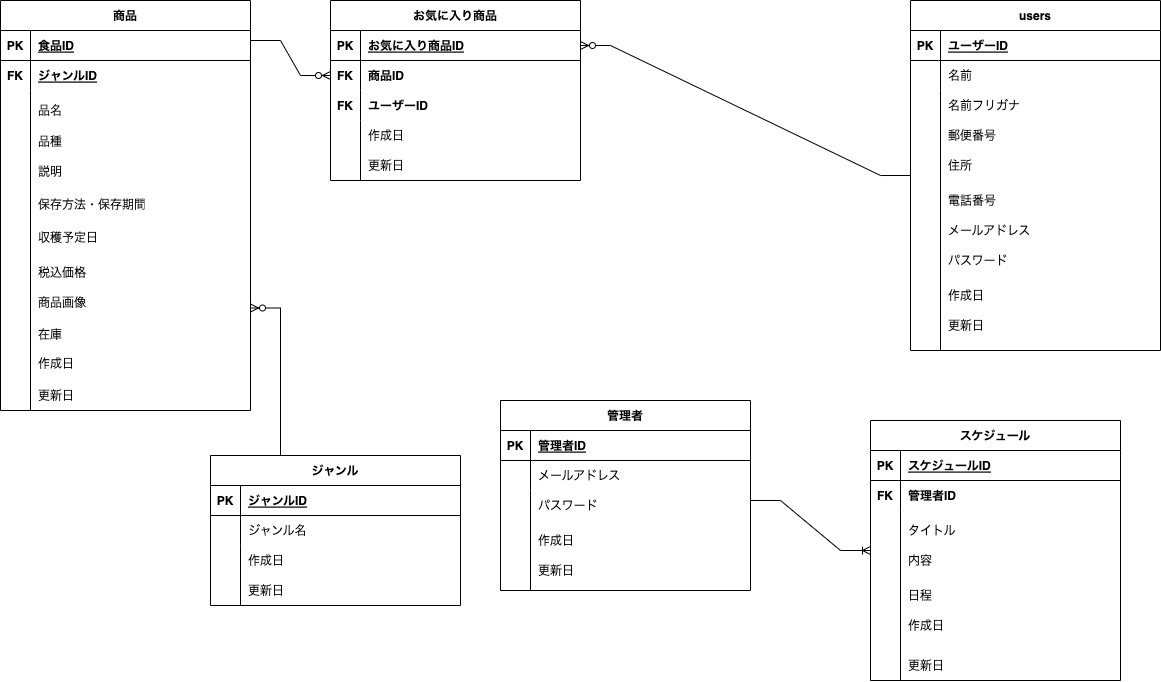
Before: ER.png, a diagram exported from draw.io (KanameEndo/Small-Farm). Source tidied: cells renumbered, new cells last; positions are measured from the earlier drawing's top-left corner, leaving out a move shared by most shapes.
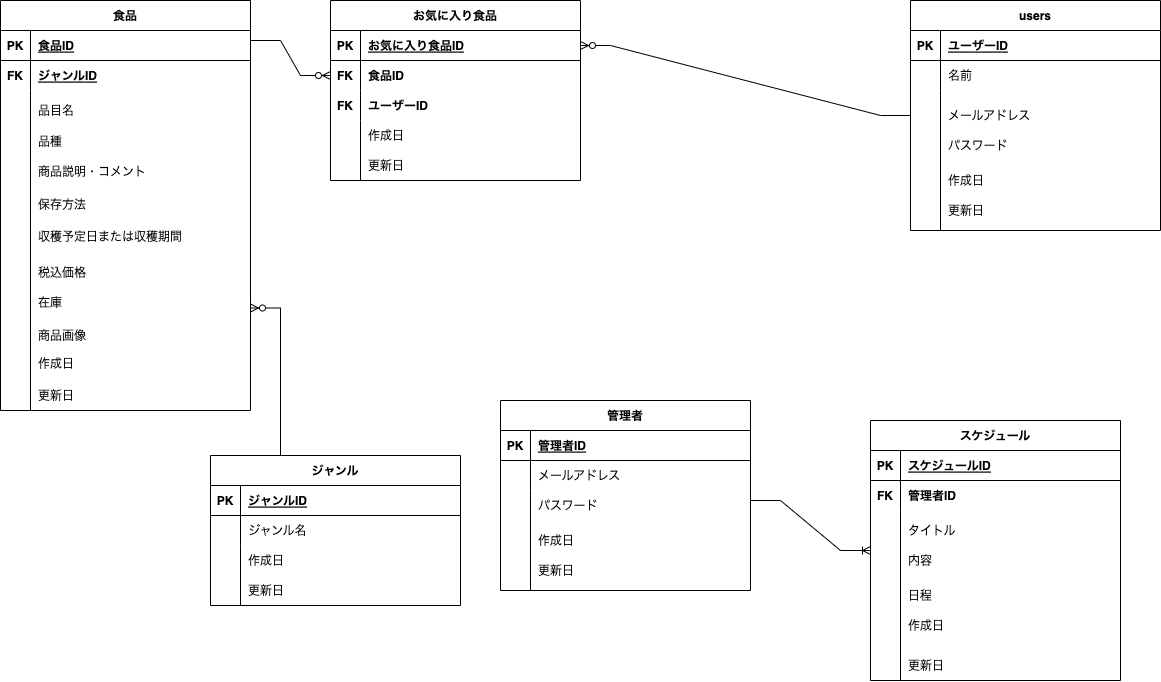
The same diagram one commit later.

Commit message:
ER図とテーブルを修正

Change to the diagram source:
```diff
@@ -2,7 +2,7 @@
   <root>
     <mxCell id="0" />
     <mxCell id="1" parent="0" />
-    <mxCell id="2" value="お気に入り商品" style="shape=table;startSize=30;rowLines=0;fontStyle=1;align=center;" parent="1" vertex="1">
+    <mxCell id="2" value="お気に入り食品" style="shape=table;startSize=30;rowLines=0;fontStyle=1;align=center;" parent="1" vertex="1">
       <mxGeometry x="330" width="250" height="180" as="geometry" />
     </mxCell>
     <mxCell id="3" style="shape=partialRectangle;fillColor=none;points=[[0,0.5],[1,0.5]];portConstraint=eastwest;top=0;left=0;right=0;bottom=1;" parent="2" vertex="1">
@@ -11,7 +11,7 @@
     <mxCell id="4" value="PK" style="shape=partialRectangle;overflow=hidden;fillColor=none;top=0;left=0;bottom=0;right=0;fontStyle=1;" parent="3" vertex="1">
       <mxGeometry width="30" height="30" as="geometry" />
     </mxCell>
-    <mxCell id="5" value="お気に入り商品ID" style="shape=partialRectangle;overflow=hidden;fillColor=none;top=0;left=0;bottom=0;right=0;align=left;spacingLeft=6;fontStyle=5;" parent="3" vertex="1">
+    <mxCell id="5" value="お気に入り食品ID" style="shape=partialRectangle;overflow=hidden;fillColor=none;top=0;left=0;bottom=0;right=0;align=left;spacingLeft=6;fontStyle=5;" parent="3" vertex="1">
       <mxGeometry x="30" width="220" height="30" as="geometry" />
     </mxCell>
     <mxCell id="6" style="shape=partialRectangle;fillColor=none;points=[[0,0.5],[1,0.5]];portConstraint=eastwest;top=0;left=0;right=0;bottom=0;" parent="2" vertex="1">
@@ -20,10 +20,10 @@
     <mxCell id="7" value="FK" style="shape=partialRectangle;overflow=hidden;fillColor=none;top=0;left=0;bottom=0;right=0;fontStyle=1;" parent="6" vertex="1">
       <mxGeometry width="30" height="30" as="geometry" />
     </mxCell>
-    <mxCell id="8" value="商品ID" style="shape=partialRectangle;overflow=hidden;fillColor=none;top=0;left=0;bottom=0;right=0;align=left;spacingLeft=6;fontStyle=1;" parent="6" vertex="1">
+    <mxCell id="8" value="食品ID" style="shape=partialRectangle;overflow=hidden;fillColor=none;top=0;left=0;bottom=0;right=0;align=left;spacingLeft=6;fontStyle=1;" parent="6" vertex="1">
       <mxGeometry x="30" width="220" height="30" as="geometry" />
     </mxCell>
-    <mxCell id="9" value="商品" style="shape=table;startSize=30;rowLines=0;fontStyle=1;align=center;" parent="1" vertex="1">
+    <mxCell id="9" value="食品" style="shape=table;startSize=30;rowLines=0;fontStyle=1;align=center;" parent="1" vertex="1">
       <mxGeometry width="250" height="410" as="geometry" />
     </mxCell>
     <mxCell id="10" style="shape=partialRectangle;fillColor=none;top=0;left=0;right=0;bottom=1;" parent="9" vertex="1">
@@ -44,20 +44,20 @@
     <mxCell id="15" style="shape=partialRectangle;overflow=hidden;fillColor=none;top=0;left=0;bottom=0;right=0;align=left;spacingLeft=6;fontStyle=1;" parent="13" vertex="1">
       <mxGeometry x="30" width="220" height="30" as="geometry" />
     </mxCell>
-    <mxCell id="16" value="品名" style="shape=partialRectangle;overflow=hidden;fillColor=none;top=0;left=0;bottom=0;right=0;align=left;spacingLeft=6;" parent="1" vertex="1">
+    <mxCell id="16" value="品目名" style="shape=partialRectangle;overflow=hidden;fillColor=none;top=0;left=0;bottom=0;right=0;align=left;spacingLeft=6;" parent="1" vertex="1">
       <mxGeometry x="30" y="95" width="114.4" height="30" as="geometry" />
     </mxCell>
-    <mxCell id="17" value="説明" style="shape=partialRectangle;overflow=hidden;fillColor=none;top=0;left=0;bottom=0;right=0;align=left;spacingLeft=6;" parent="1" vertex="1">
+    <mxCell id="17" value="商品説明・コメント" style="shape=partialRectangle;overflow=hidden;fillColor=none;top=0;left=0;bottom=0;right=0;align=left;spacingLeft=6;" parent="1" vertex="1">
       <mxGeometry x="30" y="156" width="114.4" height="30" as="geometry" />
     </mxCell>
     <mxCell id="18" value="品種" style="shape=partialRectangle;overflow=hidden;fillColor=none;top=0;left=0;bottom=0;right=0;align=left;spacingLeft=6;" parent="1" vertex="1">
       <mxGeometry x="30" y="126" width="114.4" height="30" as="geometry" />
     </mxCell>
-    <mxCell id="19" value="保存方法・保存期間" style="shape=partialRectangle;overflow=hidden;fillColor=none;top=0;left=0;bottom=0;right=0;align=left;spacingLeft=6;" parent="1" vertex="1">
+    <mxCell id="19" value="保存方法" style="shape=partialRectangle;overflow=hidden;fillColor=none;top=0;left=0;bottom=0;right=0;align=left;spacingLeft=6;" parent="1" vertex="1">
       <mxGeometry x="30" y="189" width="114.4" height="30" as="geometry" />
     </mxCell>
-    <mxCell id="20" value="収穫予定日" style="shape=partialRectangle;overflow=hidden;fillColor=none;top=0;left=0;bottom=0;right=0;align=left;spacingLeft=6;" parent="1" vertex="1">
-      <mxGeometry x="30" y="222" width="114.4" height="30" as="geometry" />
+    <mxCell id="20" value="収穫予定日または収穫期間" style="shape=partialRectangle;overflow=hidden;fillColor=none;top=0;left=0;bottom=0;right=0;align=left;spacingLeft=6;" parent="1" vertex="1">
+      <mxGeometry x="30" y="222" width="200" height="28" as="geometry" />
     </mxCell>
     <mxCell id="21" style="endArrow=none;html=1;rounded=0;" parent="1" edge="1">
       <mxGeometry relative="1" as="geometry">
@@ -69,7 +69,7 @@
       <mxGeometry x="30" y="257" width="114.4" height="30" as="geometry" />
     </mxCell>
     <mxCell id="23" value="商品画像" style="shape=partialRectangle;overflow=hidden;fillColor=none;top=0;left=0;bottom=0;right=0;align=left;spacingLeft=6;" parent="1" vertex="1">
-      <mxGeometry x="30" y="287" width="114.4" height="30" as="geometry" />
+      <mxGeometry x="30" y="320" width="114.4" height="30" as="geometry" />
     </mxCell>
     <mxCell id="24" value="FK" style="shape=partialRectangle;overflow=hidden;fillColor=none;top=0;left=0;bottom=0;right=0;fontStyle=1;" parent="1" vertex="1">
       <mxGeometry x="330" y="90" width="30" height="30" as="geometry" />
@@ -84,7 +84,7 @@
       </mxGeometry>
     </mxCell>
     <mxCell id="27" value="users" style="shape=table;startSize=30;rowLines=0;fontStyle=1;align=center;" parent="1" vertex="1">
-      <mxGeometry x="910" width="250" height="350" as="geometry" />
+      <mxGeometry x="910" width="250" height="230" as="geometry" />
     </mxCell>
     <mxCell id="28" style="shape=partialRectangle;fillColor=none;top=0;left=0;right=0;bottom=1;" parent="27" vertex="1">
       <mxGeometry y="30" width="250" height="30" as="geometry" />
@@ -104,27 +104,15 @@
     <mxCell id="33" value="名前" style="shape=partialRectangle;overflow=hidden;fillColor=none;top=0;left=0;bottom=0;right=0;align=left;spacingLeft=6;" parent="31" vertex="1">
       <mxGeometry x="30" width="220" height="30" as="geometry" />
     </mxCell>
-    <mxCell id="34" value="名前フリガナ" style="shape=partialRectangle;overflow=hidden;fillColor=none;top=0;left=0;bottom=0;right=0;align=left;spacingLeft=6;" parent="1" vertex="1">
-      <mxGeometry x="940" y="90" width="114.4" height="30" as="geometry" />
-    </mxCell>
-    <mxCell id="35" value="郵便番号" style="shape=partialRectangle;overflow=hidden;fillColor=none;top=0;left=0;bottom=0;right=0;align=left;spacingLeft=6;" parent="1" vertex="1">
-      <mxGeometry x="940" y="120" width="114.4" height="30" as="geometry" />
-    </mxCell>
-    <mxCell id="36" value="住所" style="shape=partialRectangle;overflow=hidden;fillColor=none;top=0;left=0;bottom=0;right=0;align=left;spacingLeft=6;" parent="1" vertex="1">
-      <mxGeometry x="940" y="150" width="114.4" height="30" as="geometry" />
-    </mxCell>
-    <mxCell id="37" value="電話番号" style="shape=partialRectangle;overflow=hidden;fillColor=none;top=0;left=0;bottom=0;right=0;align=left;spacingLeft=6;" parent="1" vertex="1">
-      <mxGeometry x="940" y="185" width="114.4" height="30" as="geometry" />
-    </mxCell>
     <mxCell id="38" value="メールアドレス" style="shape=partialRectangle;overflow=hidden;fillColor=none;top=0;left=0;bottom=0;right=0;align=left;spacingLeft=6;" parent="1" vertex="1">
-      <mxGeometry x="940" y="215" width="114.4" height="30" as="geometry" />
+      <mxGeometry x="940" y="100" width="114.4" height="30" as="geometry" />
     </mxCell>
     <mxCell id="39" value="パスワード" style="shape=partialRectangle;overflow=hidden;fillColor=none;top=0;left=0;bottom=0;right=0;align=left;spacingLeft=6;" parent="1" vertex="1">
-      <mxGeometry x="940" y="245" width="114.4" height="30" as="geometry" />
+      <mxGeometry x="940" y="130" width="114.4" height="30" as="geometry" />
     </mxCell>
     <mxCell id="40" style="endArrow=none;html=1;rounded=0;" parent="1" edge="1">
       <mxGeometry relative="1" as="geometry">
-        <mxPoint x="940" y="350" as="sourcePoint" />
+        <mxPoint x="940" y="230" as="sourcePoint" />
         <mxPoint x="940" y="90" as="targetPoint" />
       </mxGeometry>
     </mxCell>
@@ -159,13 +147,13 @@
       </mxGeometry>
     </mxCell>
     <mxCell id="50" value="在庫" style="shape=partialRectangle;overflow=hidden;fillColor=none;top=0;left=0;bottom=0;right=0;align=left;spacingLeft=6;" parent="1" vertex="1">
-      <mxGeometry x="30" y="319" width="114.4" height="30" as="geometry" />
+      <mxGeometry x="30" y="287" width="114.4" height="30" as="geometry" />
     </mxCell>
     <mxCell id="51" value="作成日" style="shape=partialRectangle;overflow=hidden;fillColor=none;top=0;left=0;bottom=0;right=0;align=left;spacingLeft=6;" parent="1" vertex="1">
-      <mxGeometry x="940" y="280" width="114.4" height="30" as="geometry" />
+      <mxGeometry x="940" y="165" width="114.4" height="30" as="geometry" />
     </mxCell>
     <mxCell id="52" value="更新日" style="shape=partialRectangle;overflow=hidden;fillColor=none;top=0;left=0;bottom=0;right=0;align=left;spacingLeft=6;" parent="1" vertex="1">
-      <mxGeometry x="940" y="310" width="114.4" height="30" as="geometry" />
+      <mxGeometry x="940" y="195" width="114.4" height="30" as="geometry" />
     </mxCell>
     <mxCell id="53" value="作成日" style="shape=partialRectangle;overflow=hidden;fillColor=none;top=0;left=0;bottom=0;right=0;align=left;spacingLeft=6;" parent="1" vertex="1">
       <mxGeometry x="360" y="120" width="114.4" height="30" as="geometry" />
```
